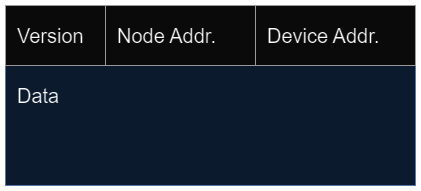
Above: images/sensordataformat.png in osklot12/IDATA2304-PROJECT-GROUP10 (draw.io), before the change. Source tidied: cells renumbered, new cells last; positions are measured from the earlier drawing's top-left corner, leaving out a move shared by most shapes. Source of this version:
```xml
<mxGraphModel>
  <root>
    <mxCell id="0" />
    <mxCell id="1" parent="0" />
    <mxCell id="2" style="rounded=0;whiteSpace=wrap;html=1;fillColor=#dae8fc;strokeColor=#6c8ebf;" parent="1" vertex="1">
      <mxGeometry width="410" height="180" as="geometry" />
    </mxCell>
    <mxCell id="3" style="rounded=0;whiteSpace=wrap;html=1;fillColor=#f5f5f5;fontColor=#333333;strokeColor=#666666;" parent="1" vertex="1">
      <mxGeometry width="100" height="60" as="geometry" />
    </mxCell>
    <mxCell id="4" style="rounded=0;whiteSpace=wrap;html=1;fillColor=#f5f5f5;fontColor=#333333;strokeColor=#666666;" parent="1" vertex="1">
      <mxGeometry x="100" width="150" height="60" as="geometry" />
    </mxCell>
    <mxCell id="5" value="&lt;font style=&quot;font-size: 20px;&quot;&gt;Version&lt;/font&gt;" style="text;html=1;strokeColor=none;fillColor=none;align=left;verticalAlign=middle;whiteSpace=wrap;rounded=0;" parent="1" vertex="1">
      <mxGeometry x="10" width="110" height="60" as="geometry" />
    </mxCell>
    <mxCell id="6" value="&lt;font style=&quot;font-size: 20px;&quot;&gt;Node Addr.&lt;/font&gt;" style="text;html=1;strokeColor=none;fillColor=none;align=left;verticalAlign=middle;whiteSpace=wrap;rounded=0;" parent="1" vertex="1">
      <mxGeometry x="110" width="110" height="60" as="geometry" />
    </mxCell>
    <mxCell id="7" value="&lt;font style=&quot;font-size: 20px;&quot;&gt;Data&lt;/font&gt;" style="text;html=1;strokeColor=none;fillColor=none;align=left;verticalAlign=middle;whiteSpace=wrap;rounded=0;" parent="1" vertex="1">
      <mxGeometry x="10" y="60" width="110" height="60" as="geometry" />
    </mxCell>
    <mxCell id="8" style="rounded=0;whiteSpace=wrap;html=1;fillColor=#f5f5f5;fontColor=#333333;strokeColor=#666666;" parent="1" vertex="1">
      <mxGeometry x="250" width="160" height="60" as="geometry" />
    </mxCell>
    <mxCell id="9" value="&lt;font style=&quot;font-size: 20px;&quot;&gt;Device Addr.&lt;/font&gt;" style="text;html=1;strokeColor=none;fillColor=none;align=left;verticalAlign=middle;whiteSpace=wrap;rounded=0;" parent="1" vertex="1">
      <mxGeometry x="260" width="140" height="60" as="geometry" />
    </mxCell>
  </root>
</mxGraphModel>
```
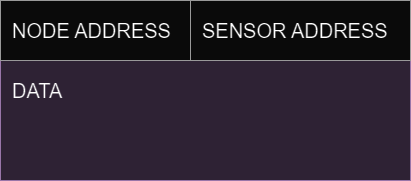
After the commit.

The edit, as a diff of the source:
```diff
@@ -2,29 +2,23 @@
   <root>
     <mxCell id="0" />
     <mxCell id="1" parent="0" />
-    <mxCell id="2" style="rounded=0;whiteSpace=wrap;html=1;fillColor=#dae8fc;strokeColor=#6c8ebf;" parent="1" vertex="1">
+    <mxCell id="2" style="rounded=0;whiteSpace=wrap;html=1;fillColor=#e1d5e7;strokeColor=#9673a6;" parent="1" vertex="1">
       <mxGeometry width="410" height="180" as="geometry" />
     </mxCell>
     <mxCell id="3" style="rounded=0;whiteSpace=wrap;html=1;fillColor=#f5f5f5;fontColor=#333333;strokeColor=#666666;" parent="1" vertex="1">
-      <mxGeometry width="100" height="60" as="geometry" />
+      <mxGeometry width="190" height="60" as="geometry" />
     </mxCell>
-    <mxCell id="4" style="rounded=0;whiteSpace=wrap;html=1;fillColor=#f5f5f5;fontColor=#333333;strokeColor=#666666;" parent="1" vertex="1">
-      <mxGeometry x="100" width="150" height="60" as="geometry" />
-    </mxCell>
-    <mxCell id="5" value="&lt;font style=&quot;font-size: 20px;&quot;&gt;Version&lt;/font&gt;" style="text;html=1;strokeColor=none;fillColor=none;align=left;verticalAlign=middle;whiteSpace=wrap;rounded=0;" parent="1" vertex="1">
-      <mxGeometry x="10" width="110" height="60" as="geometry" />
-    </mxCell>
-    <mxCell id="6" value="&lt;font style=&quot;font-size: 20px;&quot;&gt;Node Addr.&lt;/font&gt;" style="text;html=1;strokeColor=none;fillColor=none;align=left;verticalAlign=middle;whiteSpace=wrap;rounded=0;" parent="1" vertex="1">
-      <mxGeometry x="110" width="110" height="60" as="geometry" />
-    </mxCell>
-    <mxCell id="7" value="&lt;font style=&quot;font-size: 20px;&quot;&gt;Data&lt;/font&gt;" style="text;html=1;strokeColor=none;fillColor=none;align=left;verticalAlign=middle;whiteSpace=wrap;rounded=0;" parent="1" vertex="1">
+    <mxCell id="7" value="&lt;font style=&quot;font-size: 20px;&quot;&gt;DATA&lt;/font&gt;" style="text;html=1;strokeColor=none;fillColor=none;align=left;verticalAlign=middle;whiteSpace=wrap;rounded=0;" parent="1" vertex="1">
       <mxGeometry x="10" y="60" width="110" height="60" as="geometry" />
     </mxCell>
     <mxCell id="8" style="rounded=0;whiteSpace=wrap;html=1;fillColor=#f5f5f5;fontColor=#333333;strokeColor=#666666;" parent="1" vertex="1">
-      <mxGeometry x="250" width="160" height="60" as="geometry" />
+      <mxGeometry x="190" width="220" height="60" as="geometry" />
     </mxCell>
-    <mxCell id="9" value="&lt;font style=&quot;font-size: 20px;&quot;&gt;Device Addr.&lt;/font&gt;" style="text;html=1;strokeColor=none;fillColor=none;align=left;verticalAlign=middle;whiteSpace=wrap;rounded=0;" parent="1" vertex="1">
-      <mxGeometry x="260" width="140" height="60" as="geometry" />
-    </mxCell>
+    <mxCell id="10" value="&lt;span style=&quot;font-size: 20px;&quot;&gt;NODE ADDRESS&lt;/span&gt;" style="text;html=1;strokeColor=none;fillColor=none;align=left;verticalAlign=middle;whiteSpace=wrap;rounded=0;" parent="1" vertex="1">
+      <mxGeometry x="10" width="170" height="60" as="geometry" />
+    </mxCell>
+    <mxCell id="11" value="&lt;font style=&quot;font-size: 20px;&quot;&gt;SENSOR ADDRESS&lt;br&gt;&lt;/font&gt;" style="text;html=1;strokeColor=none;fillColor=none;align=left;verticalAlign=middle;whiteSpace=wrap;rounded=0;" parent="1" vertex="1">
+      <mxGeometry x="200" width="200" height="60" as="geometry" />
+    </mxCell>
   </root>
 </mxGraphModel>
```
